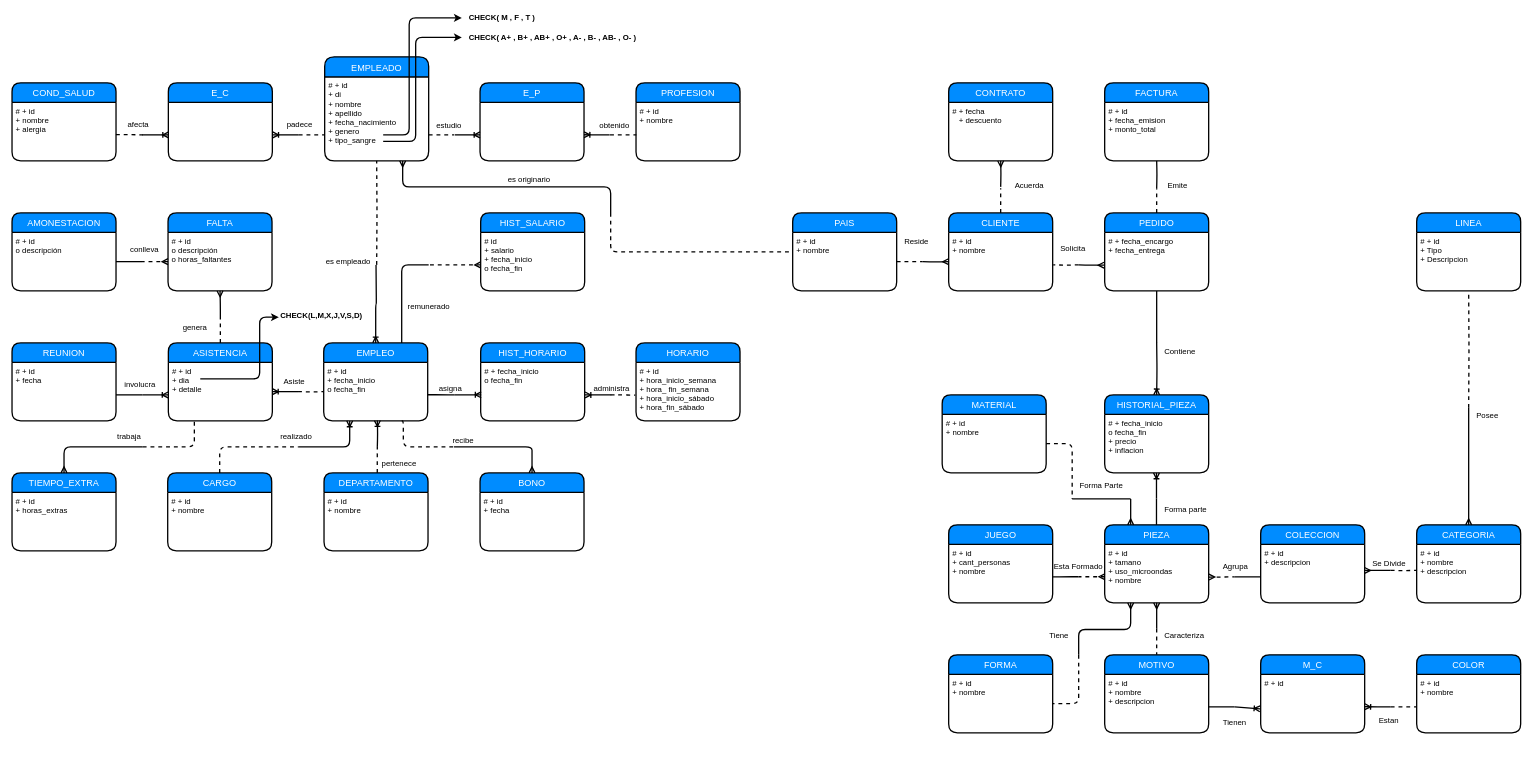
This is Documentos/Rubrica1/MER.drawio from gctv01/BD1Project2019, a draw.io file, before an edit. Source tidied: cells renumbered, new cells numbered last; positions are measured from the earlier drawing's top-left corner, leaving out a move shared by most shapes. Both pictures are drawn from the tidied source at 65%, with x=0, y=0 at pixel (12, 11).
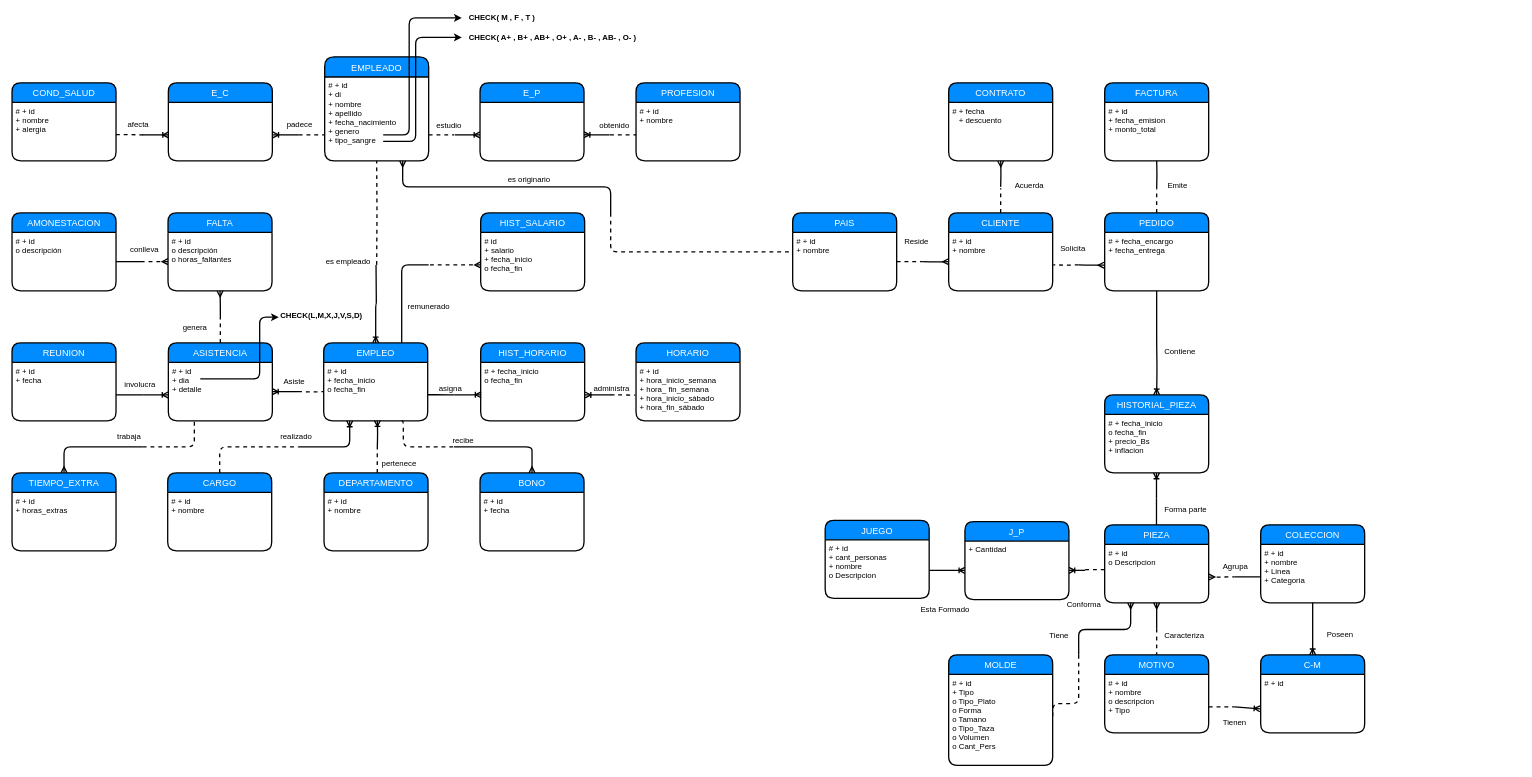
Above is the later version.

Commit message:
Catalogo Corregido

The change refers to these unchanged cells:
```xml
<mxCell id="50" value="COLECCION" style="swimlane;horizontal=1;startSize=30;fillColor=#008cff;fontColor=#FFFFFF;rounded=1;fontSize=14;fontStyle=0;strokeWidth=2;shadow=0;dashed=0;align=center;" parent="1" vertex="1">
  <mxGeometry x="1921" y="790" width="160" height="120" as="geometry" />
</mxCell>
<mxCell id="52" value="PIEZA" style="swimlane;horizontal=1;startSize=30;fillColor=#008cff;fontColor=#FFFFFF;rounded=1;fontSize=14;fontStyle=0;strokeWidth=2;shadow=0;dashed=0;align=center;" parent="1" vertex="1">
  <mxGeometry x="1681" y="790" width="160" height="120" as="geometry" />
</mxCell>
<mxCell id="74" value="HISTORIAL_PIEZA" style="swimlane;horizontal=1;startSize=30;fillColor=#008cff;fontColor=#FFFFFF;rounded=1;fontSize=14;fontStyle=0;strokeWidth=2;shadow=0;dashed=0;align=center;" parent="1" vertex="1">
  <mxGeometry x="1681" y="590" width="160" height="120" as="geometry" />
</mxCell>
<mxCell id="78" value="MOTIVO" style="swimlane;horizontal=1;startSize=30;fillColor=#008cff;fontColor=#FFFFFF;rounded=1;fontSize=14;fontStyle=0;strokeWidth=2;shadow=0;dashed=0;align=center;" parent="1" vertex="1">
  <mxGeometry x="1681" y="990" width="160" height="120" as="geometry" />
</mxCell>
<mxCell id="87" value="# + id" style="align=left;strokeColor=none;fillColor=none;spacingLeft=4;fontSize=12;verticalAlign=top;" parent="86" vertex="1">
  <mxGeometry y="30" width="160" height="90" as="geometry" />
</mxCell>
```

Change to the diagram source:
```diff
@@
-    <mxCell id="51" value="# + id&#10;+ descripcion" style="align=left;strokeColor=none;fillColor=none;spacingLeft=4;fontSize=12;verticalAlign=top;" parent="50" vertex="1">
+    <mxCell id="51" value="# + id&#10;+ nombre&#10;+ Linea&#10;+ Categoria&#10;" style="align=left;strokeColor=none;fillColor=none;spacingLeft=4;fontSize=12;verticalAlign=top;" parent="50" vertex="1">
       <mxGeometry y="30" width="160" height="90" as="geometry" />
     </mxCell>
@@
-    <mxCell id="53" value="# + id&#10;+ tamano&#10;+ uso_microondas&#10;+ nombre&#10;" style="align=left;strokeColor=none;fillColor=none;spacingLeft=4;fontSize=12;verticalAlign=top;" parent="52" vertex="1">
+    <mxCell id="53" value="# + id&#10;o Descripcion&#10;" style="align=left;strokeColor=none;fillColor=none;spacingLeft=4;fontSize=12;verticalAlign=top;" parent="52" vertex="1">
       <mxGeometry y="30" width="160" height="90" as="geometry" />
     </mxCell>
-    <mxCell id="54" value="CATEGORIA" style="swimlane;horizontal=1;startSize=30;fillColor=#008cff;fontColor=#FFFFFF;rounded=1;fontSize=14;fontStyle=0;strokeWidth=2;shadow=0;dashed=0;align=center;" parent="1" vertex="1">
-      <mxGeometry x="2161" y="790" width="160" height="120" as="geometry" />
-    </mxCell>
-    <mxCell id="55" value="# + id&#10;+ nombre&#10;+ descripcion" style="align=left;strokeColor=none;fillColor=none;spacingLeft=4;fontSize=12;verticalAlign=top;" parent="54" vertex="1">
-      <mxGeometry y="30" width="160" height="90" as="geometry" />
-    </mxCell>
-    <mxCell id="56" value="JUEGO" style="swimlane;horizontal=1;startSize=30;fillColor=#008cff;fontColor=#FFFFFF;rounded=1;fontSize=14;fontStyle=0;strokeWidth=2;shadow=0;dashed=0;align=center;" parent="1" vertex="1">
-      <mxGeometry x="1441" y="790" width="160" height="120" as="geometry" />
-    </mxCell>
-    <mxCell id="57" value="# + id&#10;+ cant_personas&#10;+ nombre" style="align=left;strokeColor=none;fillColor=none;spacingLeft=4;fontSize=12;verticalAlign=top;" parent="56" vertex="1">
-      <mxGeometry y="30" width="160" height="90" as="geometry" />
-    </mxCell>
-    <mxCell id="58" style="edgeStyle=orthogonalEdgeStyle;fontSize=12;html=1;endArrow=none;startArrow=none;startFill=0;endFill=0;dashed=1;entryX=0.5;entryY=1;entryDx=0;entryDy=0;strokeWidth=2;" parent="1" edge="1" target="89">
-      <mxGeometry relative="1" as="geometry">
-        <mxPoint x="2241" y="610" as="sourcePoint" />
-      </mxGeometry>
-    </mxCell>
-    <mxCell id="59" style="edgeStyle=orthogonalEdgeStyle;fontSize=12;html=1;endArrow=none;startArrow=ERmany;exitX=0.5;exitY=0;exitDx=0;exitDy=0;endFill=0;strokeWidth=2;" parent="1" edge="1" source="54">
-      <mxGeometry relative="1" as="geometry">
-        <mxPoint x="2241" y="610" as="targetPoint" />
-      </mxGeometry>
-    </mxCell>
-    <mxCell id="60" style="edgeStyle=orthogonalEdgeStyle;fontSize=12;html=1;endArrow=none;startArrow=none;dashed=1;startFill=0;endFill=0;entryX=0.002;entryY=0.443;entryDx=0;entryDy=0;entryPerimeter=0;strokeWidth=2;" parent="1" edge="1" target="55">
-      <mxGeometry relative="1" as="geometry">
-        <mxPoint x="2121" y="860" as="sourcePoint" />
-      </mxGeometry>
-    </mxCell>
-    <mxCell id="61" style="edgeStyle=orthogonalEdgeStyle;fontSize=12;html=1;endArrow=none;startArrow=ERmany;startFill=0;endFill=0;exitX=0.999;exitY=0.445;exitDx=0;exitDy=0;exitPerimeter=0;strokeWidth=2;" parent="1" edge="1" source="51">
-      <mxGeometry relative="1" as="geometry">
-        <mxPoint x="2121" y="860" as="targetPoint" />
-        <Array as="points">
-          <mxPoint x="2101" y="860" />
-          <mxPoint x="2101" y="860" />
-        </Array>
-      </mxGeometry>
-    </mxCell>
@@
-    <mxCell id="72" style="edgeStyle=orthogonalEdgeStyle;fontSize=12;html=1;endArrow=none;startArrow=ERmany;startFill=0;endFill=0;entryX=0;entryY=0.556;entryDx=0;entryDy=0;entryPerimeter=0;exitX=0.002;exitY=0.553;exitDx=0;exitDy=0;exitPerimeter=0;dashed=1;strokeWidth=2;" parent="1" edge="1" source="53">
-      <mxGeometry relative="1" as="geometry">
-        <mxPoint x="1640.8" y="869.8" as="targetPoint" />
-      </mxGeometry>
-    </mxCell>
-    <mxCell id="73" style="edgeStyle=orthogonalEdgeStyle;fontSize=12;html=1;endArrow=none;startArrow=none;startFill=0;endFill=0;exitX=1.002;exitY=0.559;exitDx=0;exitDy=0;exitPerimeter=0;entryX=0.998;entryY=0.555;entryDx=0;entryDy=0;entryPerimeter=0;strokeWidth=2;" parent="1" edge="1" target="57">
-      <mxGeometry relative="1" as="geometry">
-        <mxPoint x="1640.8" y="869.8" as="sourcePoint" />
-        <Array as="points">
-          <mxPoint x="1621" y="870" />
-        </Array>
-      </mxGeometry>
-    </mxCell>
@@
-    <mxCell id="75" value="# + fecha_inicio&#10;o fecha_fin&#10;+ precio&#10;+ inflacion&#10;" style="align=left;strokeColor=none;fillColor=none;spacingLeft=4;fontSize=12;verticalAlign=top;" parent="74" vertex="1">
+    <mxCell id="75" value="# + fecha_inicio&#10;o fecha_fin&#10;+ precio_Bs&#10;+ inflacion&#10;" style="align=left;strokeColor=none;fillColor=none;spacingLeft=4;fontSize=12;verticalAlign=top;" parent="74" vertex="1">
       <mxGeometry y="30" width="160" height="90" as="geometry" />
     </mxCell>
@@
-    <mxCell id="79" value="# + id&#10;+ nombre&#10;+ descripcion" style="align=left;strokeColor=none;fillColor=none;spacingLeft=4;fontSize=12;verticalAlign=top;" parent="78" vertex="1">
+    <mxCell id="79" value="# + id&#10;+ nombre&#10;o descripcion&#10;+ Tipo&#10;" style="align=left;strokeColor=none;fillColor=none;spacingLeft=4;fontSize=12;verticalAlign=top;" parent="78" vertex="1">
       <mxGeometry y="30" width="160" height="90" as="geometry" />
     </mxCell>
-    <mxCell id="80" style="edgeStyle=orthogonalEdgeStyle;fontSize=12;html=1;endArrow=none;startArrow=none;startFill=0;endFill=0;strokeWidth=2;exitX=1.001;exitY=0.557;exitDx=0;exitDy=0;exitPerimeter=0;" parent="1" edge="1" source="79">
+    <mxCell id="80" style="edgeStyle=orthogonalEdgeStyle;fontSize=12;html=1;endArrow=none;startArrow=none;startFill=0;endFill=0;strokeWidth=2;exitX=1.001;exitY=0.557;exitDx=0;exitDy=0;exitPerimeter=0;dashed=1;" parent="1" edge="1" source="79">
       <mxGeometry relative="1" as="geometry">
         <mxPoint x="1881" y="1070" as="targetPoint" />
         <Array as="points">
           <mxPoint x="1861" y="1070" />
           <mxPoint x="1861" y="1070" />
         </Array>
       </mxGeometry>
     </mxCell>
-    <mxCell id="81" style="edgeStyle=orthogonalEdgeStyle;fontSize=12;html=1;endArrow=none;startArrow=none;dashed=1;startFill=0;endFill=0;strokeWidth=2;entryX=-0.005;entryY=0.556;entryDx=0;entryDy=0;entryPerimeter=0;" parent="1" edge="1" target="85">
-      <mxGeometry relative="1" as="geometry">
-        <mxPoint x="2121" y="1070" as="sourcePoint" />
-        <Array as="points">
-          <mxPoint x="2141" y="1070" />
-          <mxPoint x="2141" y="1070" />
-        </Array>
-      </mxGeometry>
-    </mxCell>
@@
-    <mxCell id="84" value="COLOR" style="swimlane;horizontal=1;startSize=30;fillColor=#008cff;fontColor=#FFFFFF;rounded=1;fontSize=14;fontStyle=0;strokeWidth=2;shadow=0;dashed=0;align=center;" parent="1" vertex="1">
-      <mxGeometry x="2161" y="990" width="160" height="120" as="geometry" />
-    </mxCell>
-    <mxCell id="85" value="# + id&#10;+ nombre&#10;&#10;" style="align=left;strokeColor=none;fillColor=none;spacingLeft=4;fontSize=12;verticalAlign=top;" parent="84" vertex="1">
-      <mxGeometry y="30" width="160" height="90" as="geometry" />
-    </mxCell>
-    <mxCell id="86" value="M_C" style="swimlane;horizontal=1;startSize=30;fillColor=#008cff;fontColor=#FFFFFF;rounded=1;fontSize=14;fontStyle=0;strokeWidth=2;shadow=0;dashed=0;align=center;" parent="1" vertex="1">
+    <mxCell id="86" value="C-M" style="swimlane;horizontal=1;startSize=30;fillColor=#008cff;fontColor=#FFFFFF;rounded=1;fontSize=14;fontStyle=0;strokeWidth=2;shadow=0;dashed=0;align=center;" parent="1" vertex="1">
       <mxGeometry x="1921" y="990" width="160" height="120" as="geometry" />
     </mxCell>
@@
-    <mxCell id="88" style="edgeStyle=orthogonalEdgeStyle;fontSize=12;html=1;endArrow=ERoneToMany;startArrow=none;startFill=0;endFill=0;strokeWidth=2;entryX=1.001;entryY=0.552;entryDx=0;entryDy=0;entryPerimeter=0;" parent="1" edge="1" target="87">
-      <mxGeometry relative="1" as="geometry">
-        <mxPoint x="2121" y="1070" as="sourcePoint" />
-        <Array as="points">
-          <mxPoint x="2091" y="1070" />
-        </Array>
-      </mxGeometry>
-    </mxCell>
-    <mxCell id="89" value="LINEA" style="swimlane;horizontal=1;startSize=30;fillColor=#008cff;fontColor=#FFFFFF;rounded=1;fontSize=14;fontStyle=0;strokeWidth=2;shadow=0;dashed=0;align=center;" parent="1" vertex="1">
-      <mxGeometry x="2161" y="310" width="160" height="120" as="geometry" />
-    </mxCell>
-    <mxCell id="90" value="# + id&#10;+ Tipo&#10;+ Descripcion" style="align=left;strokeColor=none;fillColor=none;spacingLeft=4;fontSize=12;verticalAlign=top;" parent="89" vertex="1">
-      <mxGeometry y="30" width="160" height="90" as="geometry" />
-    </mxCell>
@@
     <mxCell id="144" value="Esta Formado" style="text;html=1;align=left;verticalAlign=top;spacingTop=-4;" parent="1" vertex="1">
-      <mxGeometry x="1601" y="845" width="90" height="20" as="geometry" />
+      <mxGeometry x="1396" y="910" width="90" height="20" as="geometry" />
     </mxCell>
@@
-    <mxCell id="146" value="Se Divide" style="text;html=1;align=left;verticalAlign=top;spacingTop=-4;" parent="1" vertex="1">
-      <mxGeometry x="2091" y="840" width="70" height="20" as="geometry" />
-    </mxCell>
-    <mxCell id="147" value="Estan" style="text;html=1;align=left;verticalAlign=top;spacingTop=-4;" parent="1" vertex="1">
-      <mxGeometry x="2101" y="1081" width="50" height="20" as="geometry" />
-    </mxCell>
@@
-    <mxCell id="150" value="Posee" style="text;html=1;align=left;verticalAlign=top;spacingTop=-4;" parent="1" vertex="1">
-      <mxGeometry x="2251" y="612" width="50" height="20" as="geometry" />
-    </mxCell>
@@
-    <mxCell id="153" value="FORMA" style="swimlane;horizontal=1;startSize=30;fillColor=#008cff;fontColor=#FFFFFF;rounded=1;fontSize=14;fontStyle=0;strokeWidth=2;shadow=0;dashed=0;align=center;" parent="1" vertex="1">
-      <mxGeometry x="1441" y="990" width="160" height="120" as="geometry" />
+    <mxCell id="153" value="MOLDE" style="swimlane;horizontal=1;startSize=30;fillColor=#008cff;fontColor=#FFFFFF;rounded=1;fontSize=14;fontStyle=0;strokeWidth=2;shadow=0;dashed=0;align=center;" parent="1" vertex="1">
+      <mxGeometry x="1441" y="990" width="160" height="170" as="geometry" />
     </mxCell>
-    <mxCell id="154" value="# + id&#10;+ nombre&#10;&#10;" style="align=left;strokeColor=none;fillColor=none;spacingLeft=4;fontSize=12;verticalAlign=top;" parent="153" vertex="1">
-      <mxGeometry y="30" width="160" height="90" as="geometry" />
+    <mxCell id="154" value="# + id&#10;+ Tipo&#10;o Tipo_Plato&#10;o Forma&#10;o Tamano&#10;o Tipo_Taza&#10;o Volumen&#10;o Cant_Pers&#10;&#10;" style="align=left;strokeColor=none;fillColor=none;spacingLeft=4;fontSize=12;verticalAlign=top;" parent="153" vertex="1">
+      <mxGeometry y="30" width="160" height="140" as="geometry" />
     </mxCell>
@@
-    <mxCell id="158" value="MATERIAL" style="swimlane;horizontal=1;startSize=30;fillColor=#008cff;fontColor=#FFFFFF;rounded=1;fontSize=14;fontStyle=0;strokeWidth=2;shadow=0;dashed=0;align=center;" parent="1" vertex="1">
-      <mxGeometry x="1431" y="590" width="160" height="120" as="geometry" />
-    </mxCell>
-    <mxCell id="159" value="# + id&#10;+ nombre&#10;&#10;" style="align=left;strokeColor=none;fillColor=none;spacingLeft=4;fontSize=12;verticalAlign=top;" parent="158" vertex="1">
-      <mxGeometry y="30" width="160" height="90" as="geometry" />
-    </mxCell>
-    <mxCell id="160" style="endArrow=none;dashed=1;html=1;strokeWidth=2;exitX=1;exitY=0.5;exitDx=0;exitDy=0;" parent="1" edge="1" source="159">
-      <mxGeometry relative="1" as="geometry">
-        <mxPoint x="1631" y="750" as="targetPoint" />
-        <Array as="points">
-          <mxPoint x="1631" y="665" />
-        </Array>
-      </mxGeometry>
-    </mxCell>
-    <mxCell id="161" style="endArrow=none;html=1;strokeWidth=2;" parent="1" edge="1">
-      <mxGeometry relative="1" as="geometry">
-        <mxPoint x="1721" y="750" as="sourcePoint" />
-        <mxPoint x="1631" y="750" as="targetPoint" />
-      </mxGeometry>
-    </mxCell>
-    <mxCell id="162" style="endArrow=ERmany;html=1;strokeWidth=2;endFill=0;entryX=0.25;entryY=0;entryDx=0;entryDy=0;" parent="1" edge="1" target="52">
-      <mxGeometry relative="1" as="geometry">
-        <mxPoint x="1721" y="750" as="sourcePoint" />
-      </mxGeometry>
-    </mxCell>
@@
-    <mxCell id="164" value="Forma Parte" style="text;html=1;strokeColor=none;fillColor=none;align=center;verticalAlign=middle;whiteSpace=wrap;rounded=0;" parent="1" vertex="1">
-      <mxGeometry x="1641" y="720" width="70" height="20" as="geometry" />
-    </mxCell>
@@
+    <mxCell id="169" style="endArrow=ERoneToMany;html=1;strokeWidth=2;endFill=0;exitX=0.5;exitY=1;exitDx=0;exitDy=0;" parent="1" edge="1" source="51" target="86">
+      <mxGeometry relative="1" as="geometry" />
+    </mxCell>
+    <mxCell id="56" value="JUEGO" style="swimlane;horizontal=1;startSize=30;fillColor=#008cff;fontColor=#FFFFFF;rounded=1;fontSize=14;fontStyle=0;strokeWidth=2;shadow=0;dashed=0;align=center;" parent="1" vertex="1">
+      <mxGeometry x="1251" y="783" width="160" height="120" as="geometry" />
+    </mxCell>
+    <mxCell id="57" value="# + id&#10;+ cant_personas&#10;+ nombre&#10;o Descripcion&#10;" style="align=left;strokeColor=none;fillColor=none;spacingLeft=4;fontSize=12;verticalAlign=top;" parent="56" vertex="1">
+      <mxGeometry y="30" width="160" height="90" as="geometry" />
+    </mxCell>
+    <mxCell id="170" value="J_P" style="swimlane;horizontal=1;startSize=30;fillColor=#008cff;fontColor=#FFFFFF;rounded=1;fontSize=14;fontStyle=0;strokeWidth=2;shadow=0;dashed=0;align=center;" parent="1" vertex="1">
+      <mxGeometry x="1466" y="785" width="160" height="120" as="geometry" />
+    </mxCell>
+    <mxCell id="171" value="+ Cantidad" style="align=left;strokeColor=none;fillColor=none;spacingLeft=4;fontSize=12;verticalAlign=top;" parent="170" vertex="1">
+      <mxGeometry y="30" width="160" height="90" as="geometry" />
+    </mxCell>
+    <mxCell id="172" style="endArrow=none;html=1;strokeWidth=2;startArrow=ERoneToMany;startFill=0;exitX=0;exitY=0.5;exitDx=0;exitDy=0;entryX=1;entryY=0.522;entryDx=0;entryDy=0;entryPerimeter=0;" parent="1" edge="1" source="171" target="57">
+      <mxGeometry relative="1" as="geometry" />
+    </mxCell>
+    <mxCell id="173" style="endArrow=none;dashed=1;html=1;strokeWidth=2;entryX=0;entryY=0.433;entryDx=0;entryDy=0;entryPerimeter=0;" parent="1" edge="1" target="53">
+      <mxGeometry relative="1" as="geometry">
+        <mxPoint x="1651" y="859" as="sourcePoint" />
+      </mxGeometry>
+    </mxCell>
+    <mxCell id="174" style="endArrow=none;html=1;strokeWidth=2;startArrow=ERoneToMany;startFill=0;exitX=1;exitY=0.5;exitDx=0;exitDy=0;" parent="1" edge="1" source="171">
+      <mxGeometry relative="1" as="geometry">
+        <mxPoint x="1651" y="860" as="targetPoint" />
+      </mxGeometry>
+    </mxCell>
+    <mxCell id="175" value="Poseen" style="text;html=1;align=left;verticalAlign=top;spacingTop=-4;" parent="1" vertex="1">
+      <mxGeometry x="2021" y="949" width="60" height="20" as="geometry" />
+    </mxCell>
+    <mxCell id="176" value="Conforma" style="text;html=1;align=left;verticalAlign=top;spacingTop=-4;" parent="1" vertex="1">
+      <mxGeometry x="1621" y="903" width="70" height="20" as="geometry" />
+    </mxCell>
```
